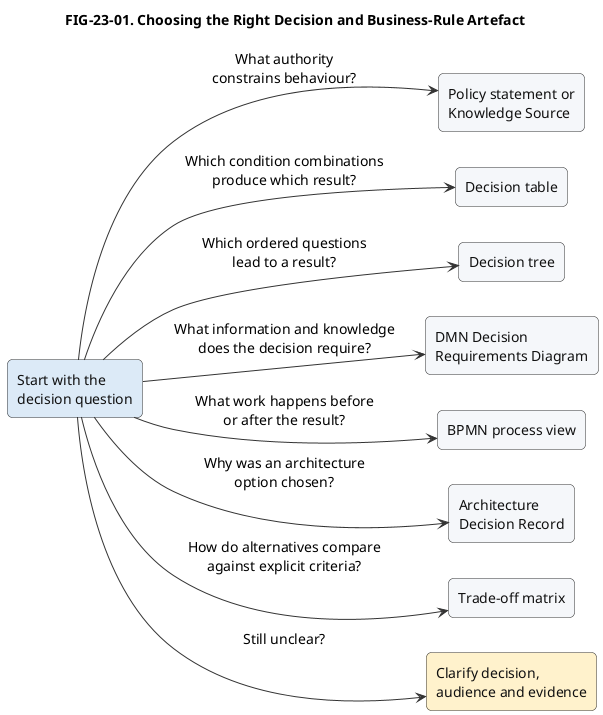
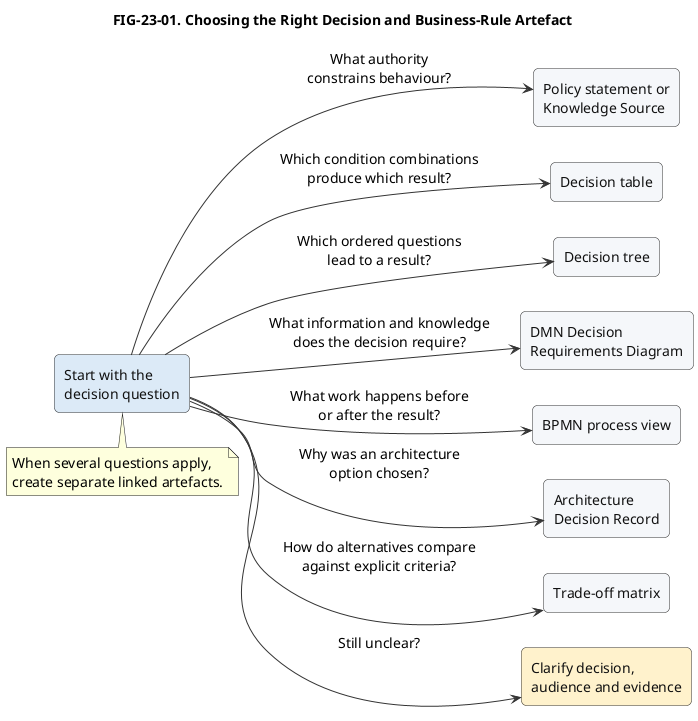
@startuml
title FIG-23-01. Choosing the Right Decision and Business-Rule Artefact
skinparam backgroundColor #FFFFFF
skinparam defaultFontName Arial
skinparam defaultFontSize 14
skinparam shadowing false
skinparam ArrowColor #333333
skinparam rectangle {
  BackgroundColor #F5F7FA
  BorderColor #333333
  FontColor #111111
  RoundCorner 10
}
left to right direction
rectangle "Start with the\ndecision question" as Start #DCEAF7
rectangle "Policy statement or\nKnowledge Source" as Policy
rectangle "Decision table" as Table
rectangle "Decision tree" as Tree
rectangle "DMN Decision\nRequirements Diagram" as DRD
rectangle "BPMN process view" as BPMN
rectangle "Architecture\nDecision Record" as ADR
rectangle "Trade-off matrix" as Matrix
rectangle "Clarify decision,\naudience and evidence" as Clarify #FFF2CC
Start --> Policy : What authority\nconstrains behaviour?
Start --> Table : Which condition combinations\nproduce which result?
Start --> Tree : Which ordered questions\nlead to a result?
Start --> DRD : What information and knowledge\ndoes the decision require?
Start --> BPMN : What work happens before\nor after the result?
Start --> ADR : Why was an architecture\noption chosen?
Start --> Matrix : How do alternatives compare\nagainst explicit criteria?
Start --> Clarify : Still unclear?
+ note bottom of Start
+   When several questions apply,
+   create separate linked artefacts.
+ end note
@enduml
